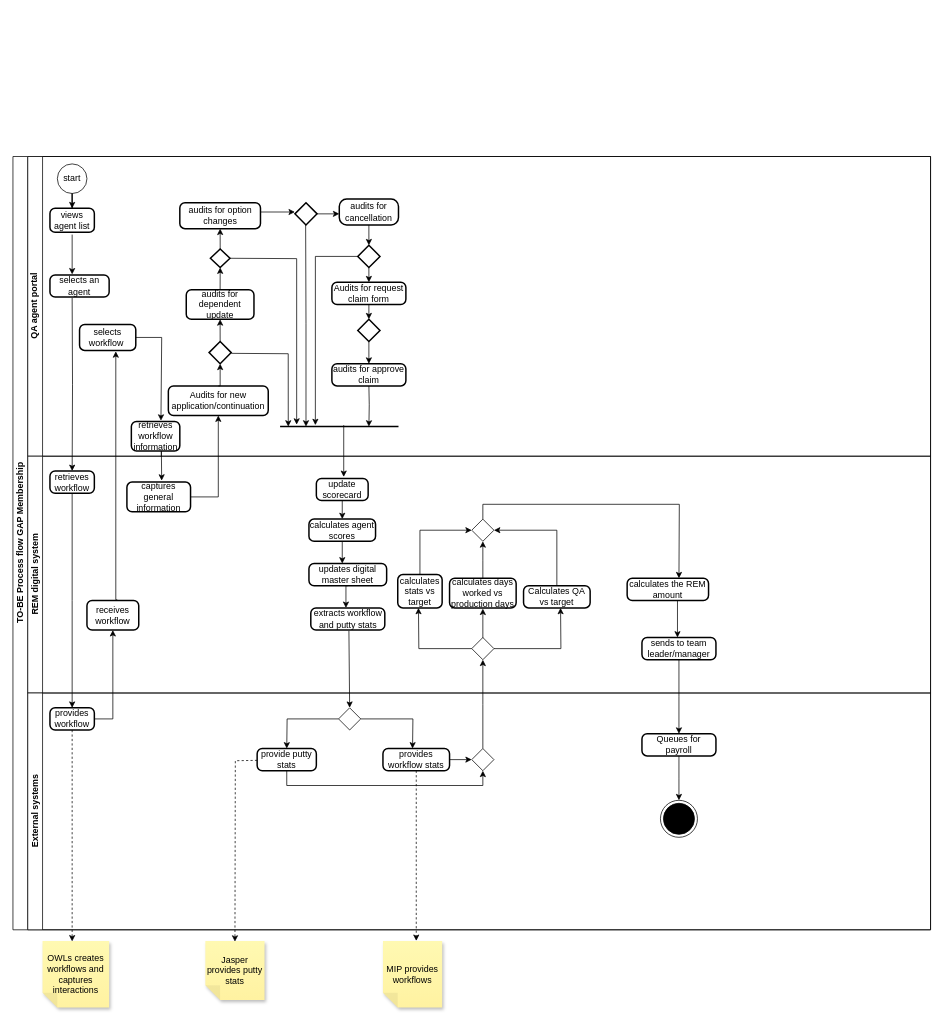
Earlier version of the draw.io diagram GAPmembership.drawio (TJ-Kwetsane1993/Thato). Source tidied: cells renumbered, new cells numbered last; positions are measured from the earlier drawing's top-left corner, leaving out a move shared by most shapes. Both pictures are drawn from the tidied source at 74%, with x=0, y=0 at pixel (13, 156).
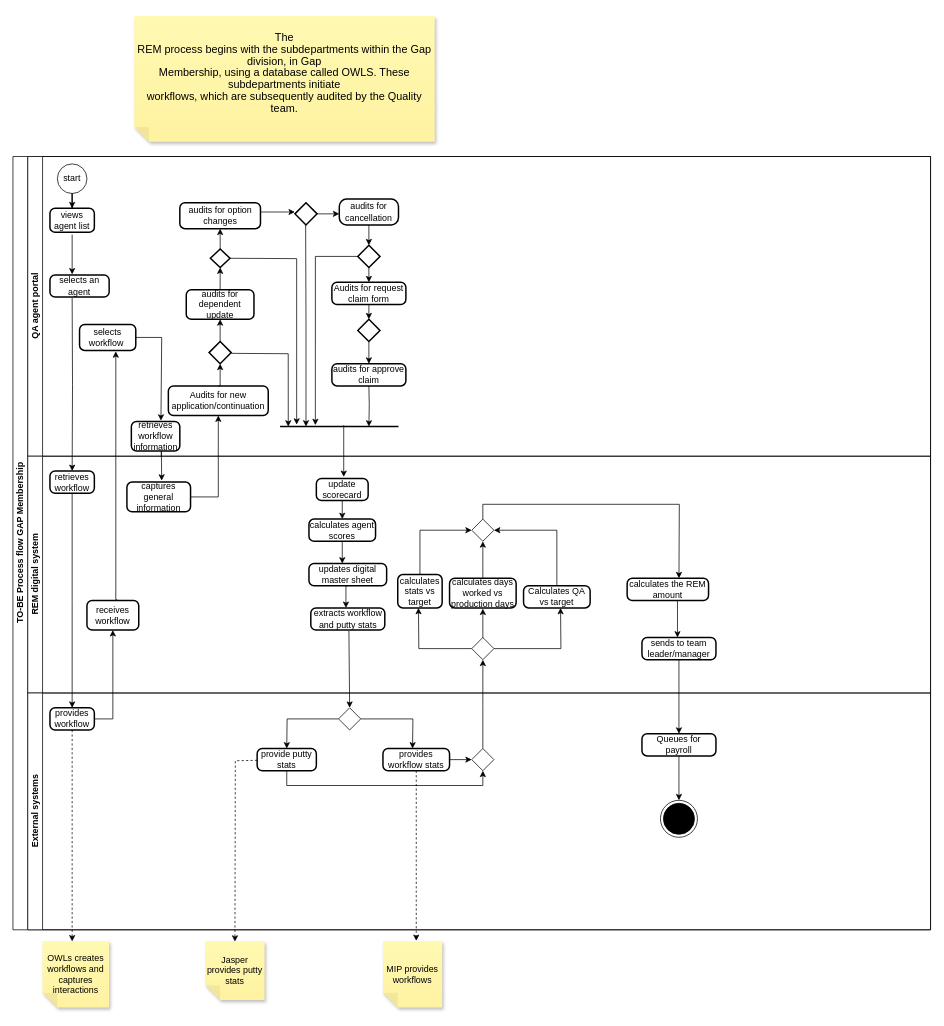
The same diagram, later.

Diff of the diagram source:
```diff
@@
+    <mxCell id="95" value="&lt;br&gt;&lt;span style=&quot;line-height: 107%; font-size: 11pt;&quot;&gt;The&lt;br&gt;REM process begins with the subdepartments within the Gap division, in Gap&lt;br&gt;Membership, using a database called OWLS. These subdepartments initiate&lt;br&gt;workflows, which are subsequently audited by the Quality team. &lt;/span&gt;&lt;br&gt;&lt;br&gt;&lt;div&gt;&lt;br/&gt;&lt;/div&gt;" style="shape=note;whiteSpace=wrap;html=1;backgroundOutline=1;fontColor=#000000;darkOpacity=0.05;fillColor=#FFF9B2;strokeColor=none;fillStyle=solid;direction=west;gradientDirection=north;gradientColor=#FFF2A1;shadow=1;size=20;" parent="1" vertex="1">
+      <mxGeometry x="164" y="-190" width="406" height="170" as="geometry" />
+    </mxCell>
```
